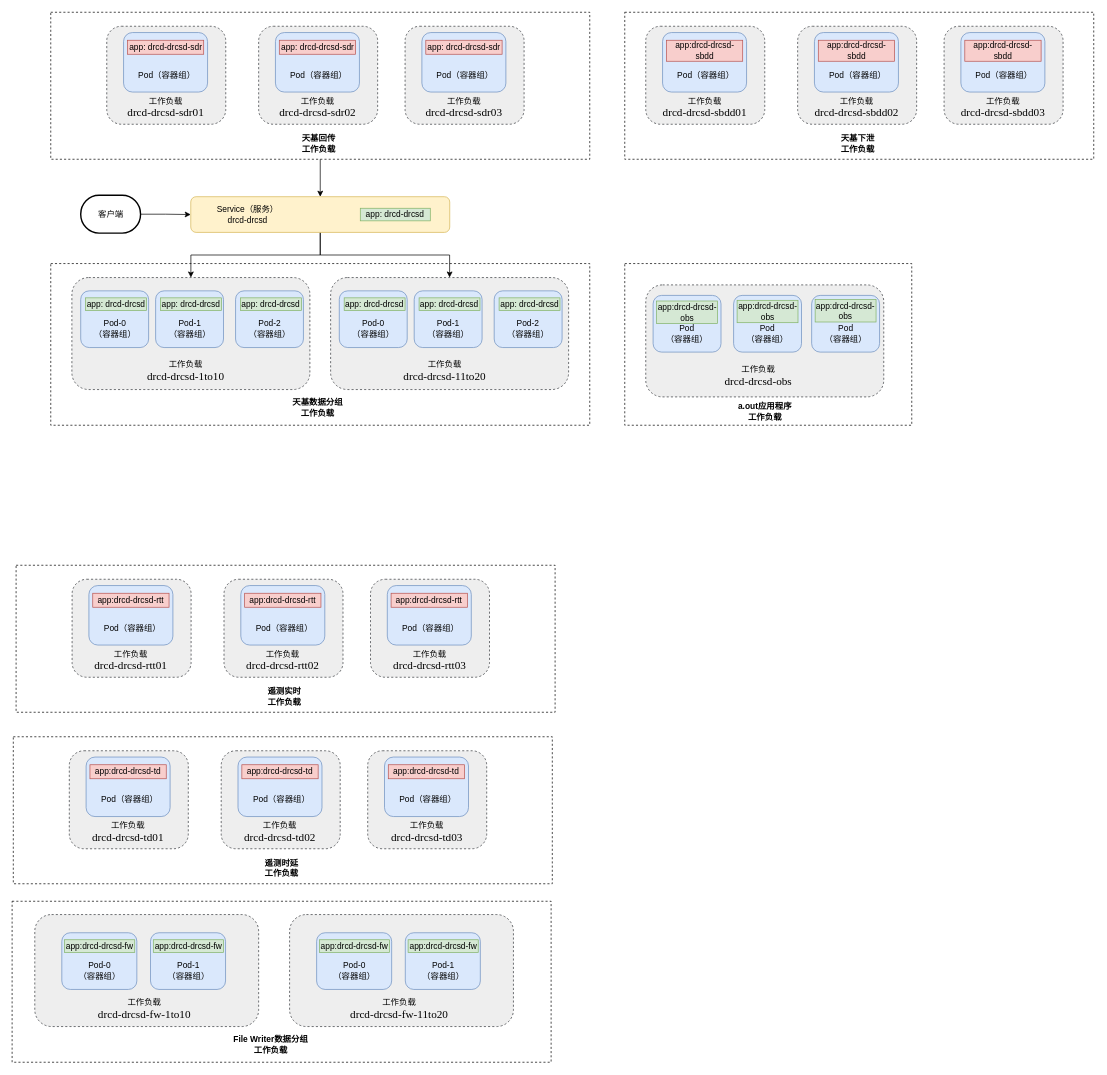
Above: page "数据接收与分发软件" (1 of 24) of xw实体模块（软件）部署.drawio in LingClassmate/diagrams (draw.io), before the change. Source tidied: cells renumbered, new cells numbered last; positions are measured from the earlier drawing's top-left corner, leaving out a move shared by most shapes. Both pictures are drawn from the tidied source at 70%, with x=0, y=0 at pixel (12, 12).
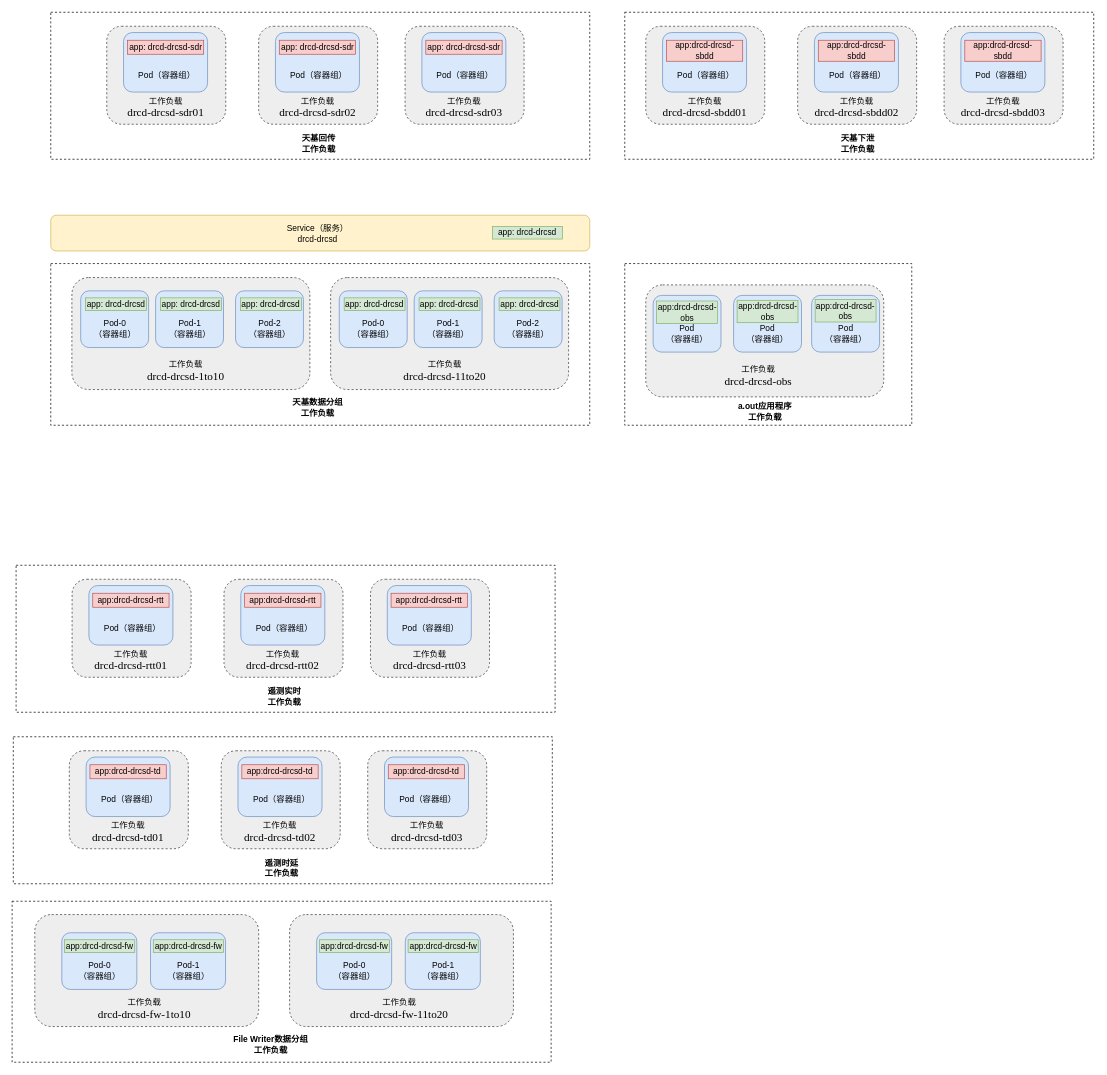
The same page after the edit.

Unchanged cells that the change refers to:
```xml
<mxCell id="4" style="rounded=0;whiteSpace=wrap;html=1;fillColor=none;dashed=1;" parent="1" vertex="1">
  <mxGeometry x="55" width="770" height="210" as="geometry" />
</mxCell>
<mxCell id="10" style="rounded=1;whiteSpace=wrap;html=1;dashed=1;fillColor=#eeeeee;strokeColor=#36393d;" parent="1" vertex="1">
  <mxGeometry x="85.2" y="379" width="340" height="160" as="geometry" />
</mxCell>
<mxCell id="37" style="rounded=1;whiteSpace=wrap;html=1;dashed=1;fillColor=#eeeeee;strokeColor=#36393d;" parent="1" vertex="1">
  <mxGeometry x="454.8" y="379" width="340" height="160" as="geometry" />
</mxCell>
```

Change to the diagram source:
```diff
@@
-    <mxCell id="3" style="edgeStyle=orthogonalEdgeStyle;rounded=0;jettySize=auto;html=1;exitX=0.5;exitY=1;exitDx=0;exitDy=0;entryX=0.5;entryY=0;entryDx=0;entryDy=0;" parent="1" edge="1" source="4" target="17">
-      <mxGeometry relative="1" as="geometry" />
-    </mxCell>
@@
-    <mxCell id="15" style="edgeStyle=orthogonalEdgeStyle;rounded=0;jettySize=auto;html=1;exitX=0.5;exitY=1;exitDx=0;exitDy=0;entryX=0.5;entryY=0;entryDx=0;entryDy=0;" parent="1" edge="1" source="17" target="10">
-      <mxGeometry relative="1" as="geometry" />
-    </mxCell>
-    <mxCell id="16" style="edgeStyle=orthogonalEdgeStyle;rounded=0;jettySize=auto;html=1;exitX=0.5;exitY=1;exitDx=0;exitDy=0;entryX=0.5;entryY=0;entryDx=0;entryDy=0;" parent="1" edge="1" source="17" target="37">
-      <mxGeometry relative="1" as="geometry" />
-    </mxCell>
     <mxCell id="17" style="rounded=1;whiteSpace=wrap;html=1;fillColor=#fff2cc;strokeColor=#d6b656;" parent="1" vertex="1">
-      <mxGeometry x="255" y="263.5" width="370" height="51" as="geometry" />
+      <mxGeometry x="55" y="290" width="770" height="51" as="geometry" />
     </mxCell>
     <mxCell id="18" value="Service（服务）&lt;br&gt;drcd-drcsd" style="text;html=1;align=center;verticalAlign=middle;whiteSpace=wrap;rounded=0;" parent="1" vertex="1">
-      <mxGeometry x="279" y="274" width="115" height="30" as="geometry" />
+      <mxGeometry x="378.5" y="300.5" width="115" height="30" as="geometry" />
     </mxCell>
     <mxCell id="19" value="app: drcd-drcsd" style="rounded=0;whiteSpace=wrap;html=1;fillColor=#d5e8d4;strokeColor=#82b366;" parent="1" vertex="1">
-      <mxGeometry x="497.2" y="280" width="100" height="18" as="geometry" />
+      <mxGeometry x="686" y="306" width="100" height="18" as="geometry" />
     </mxCell>
@@
-    <mxCell id="48" style="edgeStyle=orthogonalEdgeStyle;rounded=0;jettySize=auto;html=1;exitX=1;exitY=0.5;exitDx=0;exitDy=0;exitPerimeter=0;entryX=0;entryY=0.5;entryDx=0;entryDy=0;" parent="1" edge="1" source="49" target="17">
-      <mxGeometry relative="1" as="geometry" />
-    </mxCell>
-    <mxCell id="49" value="客户端" style="strokeWidth=2;html=1;shape=mxgraph.flowchart.terminator;whiteSpace=wrap;" parent="1" vertex="1">
-      <mxGeometry x="97.8" y="261.5" width="85.5" height="54" as="geometry" />
-    </mxCell>
```
